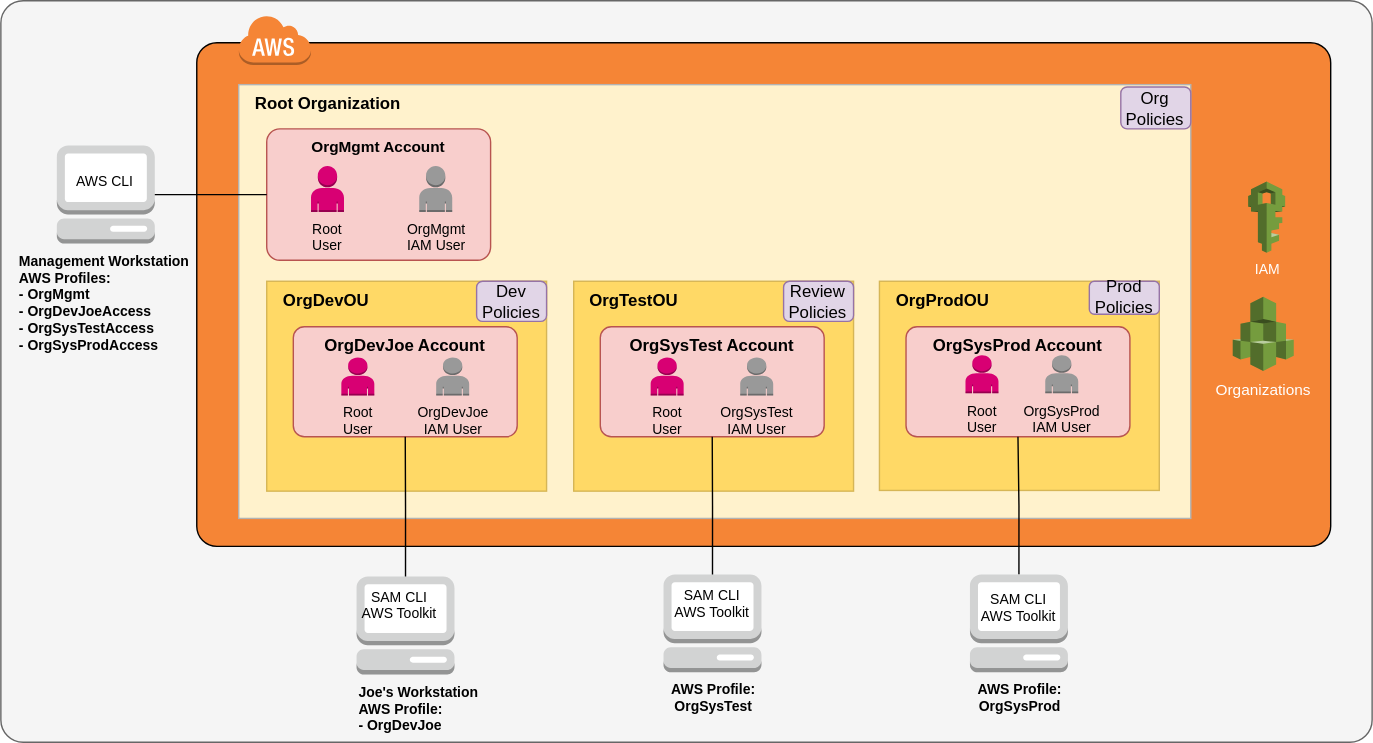
Above: src/assets/img/AwsProdSetup.svg in InSciCo/InSciCo (draw.io), before the change. Source tidied: cells renumbered, new cells last; positions are measured from the earlier drawing's top-left corner, leaving out a move shared by most shapes.
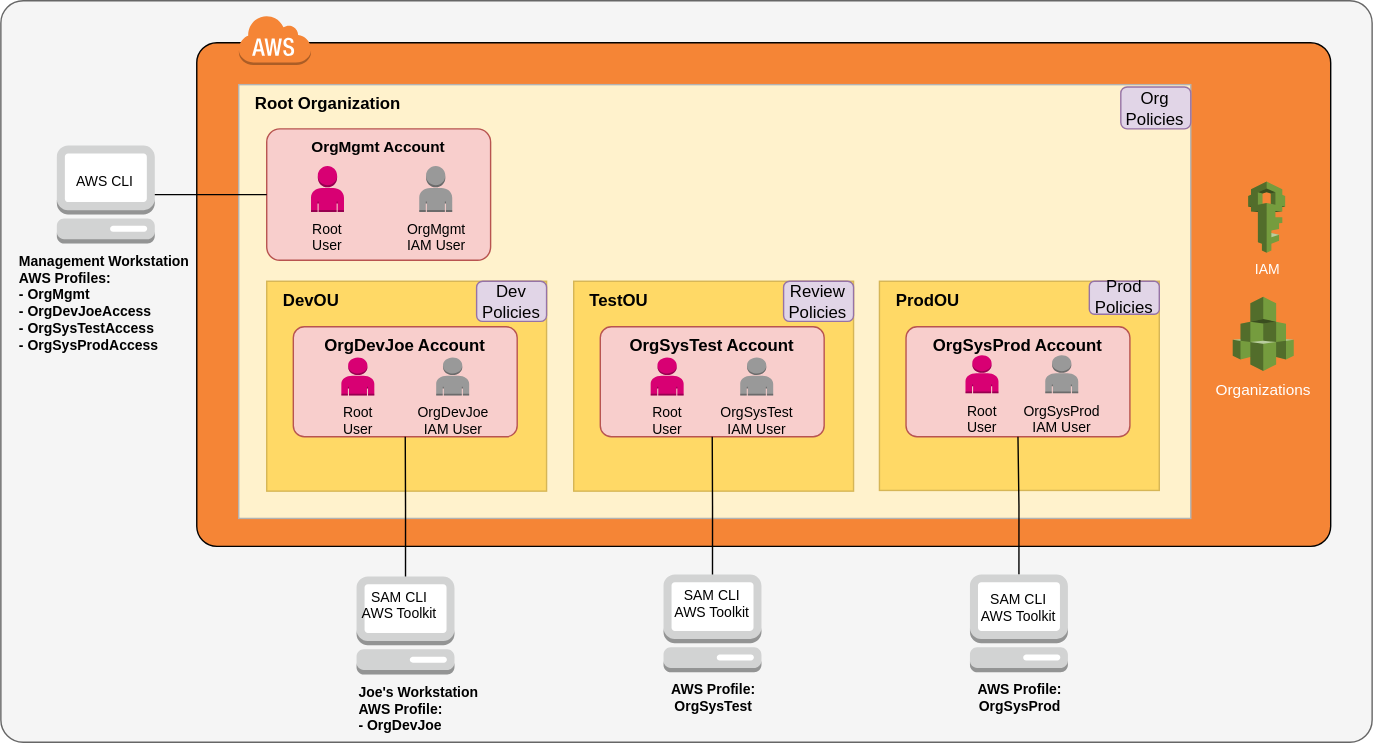
Later version of the same file.

What changed in the source:
```diff
@@ -35,7 +35,7 @@
     <mxCell id="12" style="group;" parent="1" vertex="1">
       <mxGeometry x="190" y="200.5" width="200" height="181.7" as="geometry" />
     </mxCell>
-    <mxCell id="13" value="OrgDevOU" style="rounded=0;whiteSpace=wrap;html=1;strokeColor=#d6b656;verticalAlign=top;align=left;spacingLeft=10;fontStyle=1;fillColor=#FFD966;" parent="12" vertex="1">
+    <mxCell id="13" value="DevOU" style="rounded=0;whiteSpace=wrap;html=1;strokeColor=#d6b656;verticalAlign=top;align=left;spacingLeft=10;fontStyle=1;fillColor=#FFD966;" parent="12" vertex="1">
       <mxGeometry width="200" height="150" as="geometry" />
     </mxCell>
     <mxCell id="14" value="Dev Policies" style="rounded=1;whiteSpace=wrap;html=1;fillColor=#e1d5e7;strokeColor=#9673a6;" parent="12" vertex="1">
@@ -44,7 +44,7 @@
     <mxCell id="15" style="group;" parent="1" vertex="1">
       <mxGeometry x="409.4" y="200.5" width="200" height="181.7" as="geometry" />
     </mxCell>
-    <mxCell id="16" value="OrgTestOU" style="rounded=0;whiteSpace=wrap;html=1;strokeColor=#d6b656;verticalAlign=top;align=left;spacingLeft=10;fontStyle=1;fillColor=#FFD966;" parent="15" vertex="1">
+    <mxCell id="16" value="TestOU" style="rounded=0;whiteSpace=wrap;html=1;strokeColor=#d6b656;verticalAlign=top;align=left;spacingLeft=10;fontStyle=1;fillColor=#FFD966;" parent="15" vertex="1">
       <mxGeometry width="200" height="150" as="geometry" />
     </mxCell>
     <mxCell id="17" value="Review Policies" style="rounded=1;whiteSpace=wrap;html=1;fillColor=#e1d5e7;strokeColor=#9673a6;" parent="15" vertex="1">
@@ -53,7 +53,7 @@
     <mxCell id="18" style="group;" parent="1" vertex="1">
       <mxGeometry x="627.9" y="200.5" width="200" height="149.5" as="geometry" />
     </mxCell>
-    <mxCell id="19" value="OrgProdOU" style="rounded=0;whiteSpace=wrap;html=1;strokeColor=#d6b656;verticalAlign=top;align=left;spacingLeft=10;fontStyle=1;fillColor=#FFD966;" parent="18" vertex="1">
+    <mxCell id="19" value="ProdOU" style="rounded=0;whiteSpace=wrap;html=1;strokeColor=#d6b656;verticalAlign=top;align=left;spacingLeft=10;fontStyle=1;fillColor=#FFD966;" parent="18" vertex="1">
       <mxGeometry width="200" height="149.5" as="geometry" />
     </mxCell>
     <mxCell id="20" value="Prod Policies" style="rounded=1;whiteSpace=wrap;html=1;fillColor=#e1d5e7;strokeColor=#9673a6;" parent="18" vertex="1">
```
